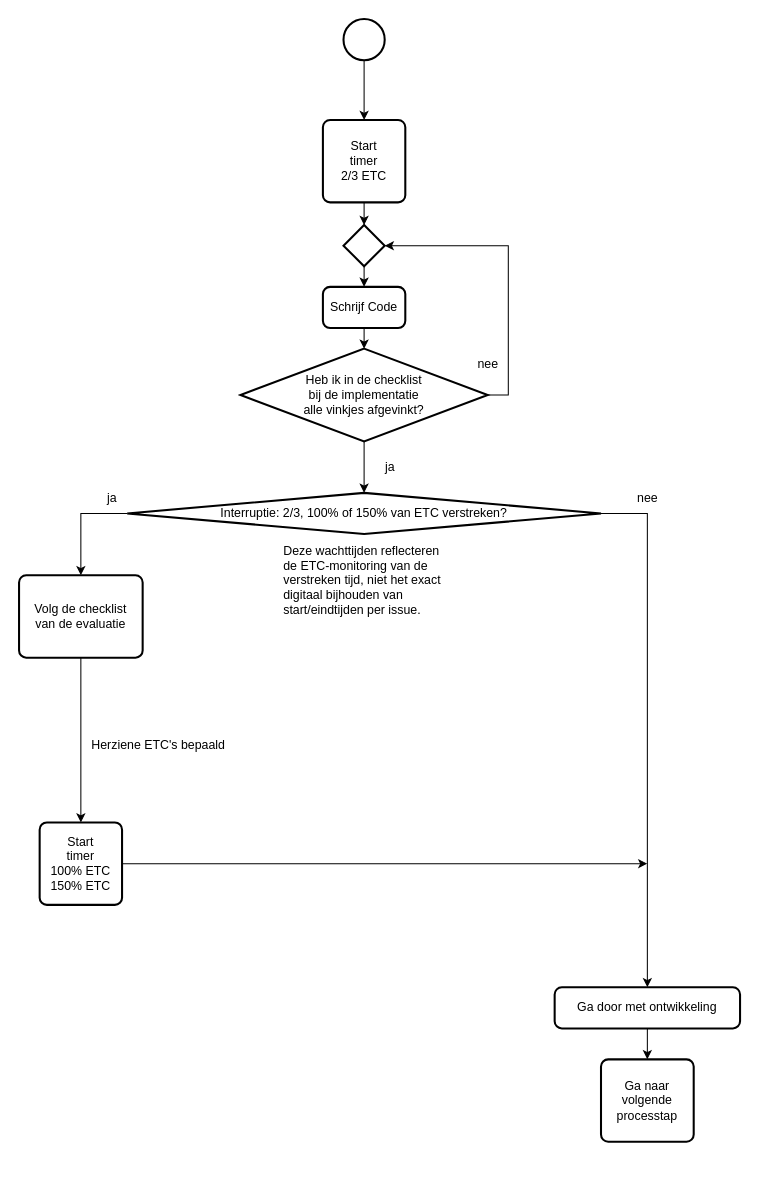
This is 4 Issue Tracker implementatie.drawio from Zaibatsu89/IssueTracker, a draw.io file, before an edit. Source tidied: cells renumbered, new cells numbered last; positions are measured from the earlier drawing's top-left corner, leaving out a move shared by most shapes. Both pictures are drawn from the tidied source at 103%, with x=0, y=0 at pixel (19, 19).
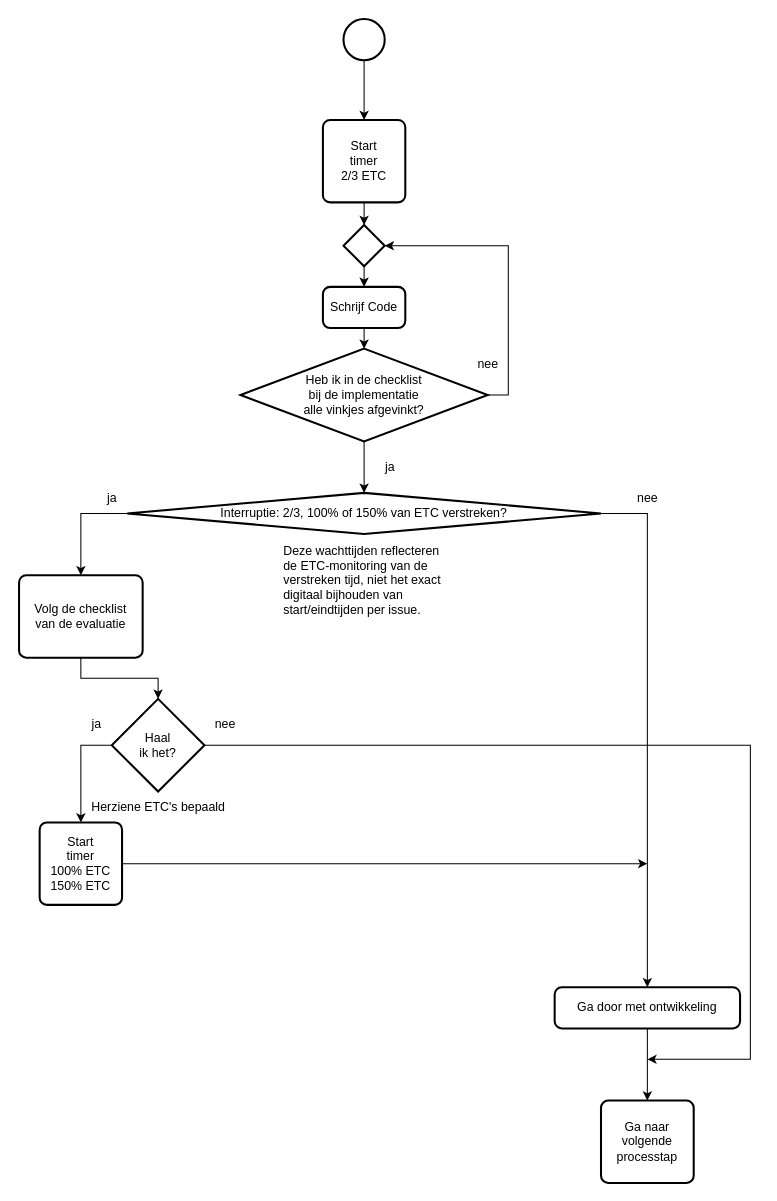
Above is the later version.

Commit message (it also covers changes not shown here):
Voeg "Haal ik het?" toe na "Volg de checklist van de evaluatie" in flowcharts

Unchanged cells that the change refers to:
```xml
<mxCell id="16" value="Volg de checklist&lt;br&gt;van de evaluatie" style="rounded=1;whiteSpace=wrap;html=1;absoluteArcSize=1;arcSize=14;strokeWidth=2;" parent="1" vertex="1">
  <mxGeometry y="540" width="120" height="80" as="geometry" />
</mxCell>
<mxCell id="28" value="Start&lt;br&gt;timer&lt;br&gt;100% ETC&lt;br&gt;150% ETC" style="rounded=1;whiteSpace=wrap;html=1;absoluteArcSize=1;arcSize=14;strokeWidth=2;" parent="1" vertex="1">
  <mxGeometry x="20" y="780" width="80" height="80" as="geometry" />
</mxCell>
```

Diff of the diagram source:
```diff
@@
-    <mxCell id="15" style="edgeStyle=orthogonalEdgeStyle;rounded=0;jettySize=auto;html=1;entryX=0.5;entryY=0;entryDx=0;entryDy=0;" parent="1" edge="1" source="16" target="28">
-      <mxGeometry relative="1" as="geometry" />
-    </mxCell>
@@
     <mxCell id="21" value="Ga naar&lt;br&gt;volgende&lt;br&gt;processtap" style="rounded=1;whiteSpace=wrap;html=1;absoluteArcSize=1;arcSize=14;strokeWidth=2;" parent="1" vertex="1">
-      <mxGeometry x="565" y="1010" width="90" height="80" as="geometry" />
+      <mxGeometry x="565" y="1050" width="90" height="80" as="geometry" />
     </mxCell>
@@
     <mxCell id="24" value="Herziene ETC's bepaald" style="text;html=1;align=center;verticalAlign=middle;strokeColor=none;fillColor=none;" parent="1" vertex="1">
-      <mxGeometry x="60" y="690" width="150" height="30" as="geometry" />
+      <mxGeometry x="60" y="750" width="150" height="30" as="geometry" />
     </mxCell>
@@
+    <mxCell id="29" style="edgeStyle=orthogonalEdgeStyle;rounded=0;jettySize=auto;html=1;exitX=0;exitY=0.5;exitDx=0;exitDy=0;exitPerimeter=0;entryX=0.5;entryY=0;entryDx=0;entryDy=0;" parent="1" edge="1" source="31" target="28">
+      <mxGeometry relative="1" as="geometry" />
+    </mxCell>
+    <mxCell id="30" style="edgeStyle=orthogonalEdgeStyle;rounded=0;jettySize=auto;html=1;exitX=1;exitY=0.5;exitDx=0;exitDy=0;exitPerimeter=0;" parent="1" edge="1" source="31">
+      <mxGeometry relative="1" as="geometry">
+        <mxPoint x="610" y="1010" as="targetPoint" />
+        <Array as="points">
+          <mxPoint x="710" y="705" />
+          <mxPoint x="710" y="1010" />
+        </Array>
+      </mxGeometry>
+    </mxCell>
+    <mxCell id="31" value="Haal&lt;br&gt;ik het?" style="strokeWidth=2;html=1;shape=mxgraph.flowchart.decision;whiteSpace=wrap;" parent="1" vertex="1">
+      <mxGeometry x="90" y="660" width="90" height="90" as="geometry" />
+    </mxCell>
+    <mxCell id="32" style="edgeStyle=orthogonalEdgeStyle;rounded=0;jettySize=auto;html=1;entryX=0.5;entryY=0;entryDx=0;entryDy=0;entryPerimeter=0;" parent="1" edge="1" source="16" target="31">
+      <mxGeometry relative="1" as="geometry" />
+    </mxCell>
+    <mxCell id="33" value="ja" style="text;html=1;align=center;verticalAlign=middle;strokeColor=none;fillColor=none;" parent="1" vertex="1">
+      <mxGeometry x="60" y="670" width="30" height="30" as="geometry" />
+    </mxCell>
+    <mxCell id="34" value="nee" style="text;html=1;align=center;verticalAlign=middle;strokeColor=none;fillColor=none;" parent="1" vertex="1">
+      <mxGeometry x="180" y="670" width="40" height="30" as="geometry" />
+    </mxCell>
```
